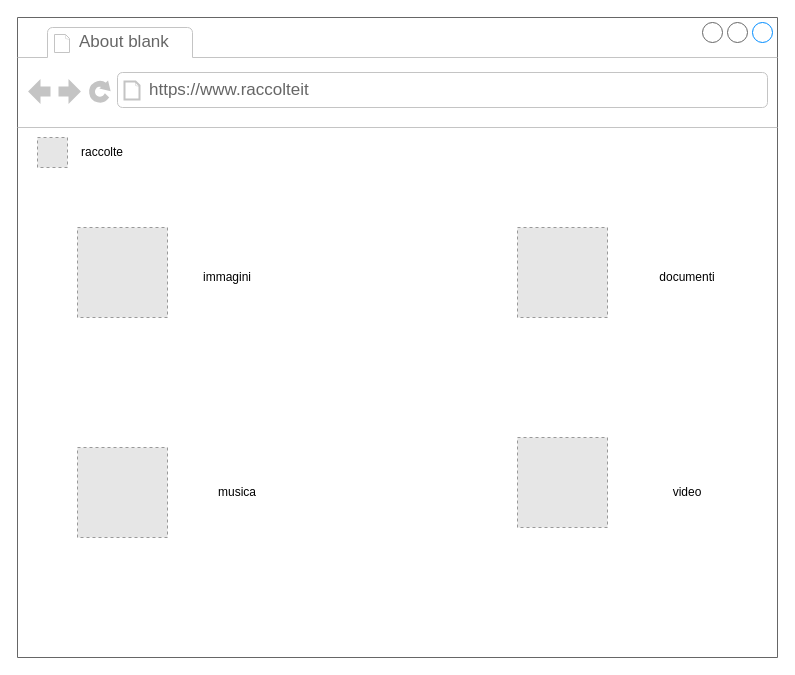
Earlier version of the draw.io diagram Untitled Diagram.drawio (martinamiglietta/4binformatica2020-2021-HTML5). Source tidied: cells renumbered, new cells numbered last; positions are measured from the earlier drawing's top-left corner, leaving out a move shared by most shapes. Both pictures are drawn from the tidied source at 100%, with x=0, y=0 at pixel (17, 17). Pictures stored in the file or linked from it are replaced by grey dashed boxes.
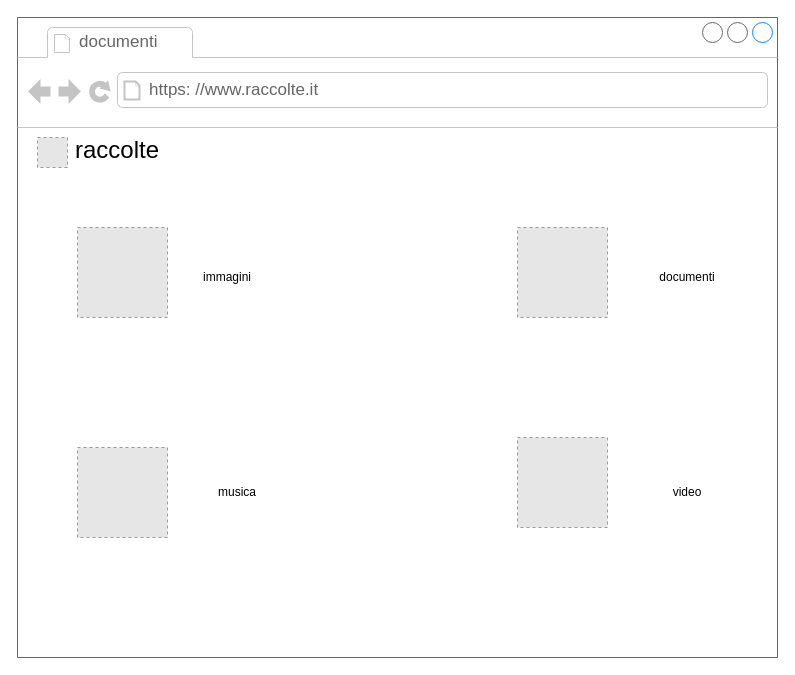
Above is the later version.

What changed in the source:
```diff
@@
 <mxGraphModel>
   <root>
     <mxCell id="0" />
     <mxCell id="1" parent="0" />
     <mxCell id="2" style="strokeWidth=1;shadow=0;dashed=0;align=center;html=1;shape=mxgraph.mockup.containers.browserWindow;rSize=0;strokeColor=#666666;strokeColor2=#008cff;strokeColor3=#c4c4c4;mainText=,;" parent="1" vertex="1">
       <mxGeometry width="760" height="640" as="geometry" />
     </mxCell>
-    <mxCell id="3" value="About blank" style="strokeWidth=1;shadow=0;dashed=0;align=center;html=1;shape=mxgraph.mockup.containers.anchor;fontSize=17;fontColor=#666666;align=left;" parent="2" vertex="1">
+    <mxCell id="3" value="documenti" style="strokeWidth=1;shadow=0;dashed=0;align=center;html=1;shape=mxgraph.mockup.containers.anchor;fontSize=17;fontColor=#666666;align=left;" parent="2" vertex="1">
       <mxGeometry x="60" y="12" width="110" height="26" as="geometry" />
     </mxCell>
-    <mxCell id="4" value="https://www.raccolteit" style="strokeWidth=1;shadow=0;dashed=0;align=center;html=1;shape=mxgraph.mockup.containers.anchor;rSize=0;fontSize=17;fontColor=#666666;align=left;" parent="2" vertex="1">
+    <mxCell id="4" value="&lt;font style=&quot;vertical-align: inherit ; font-size: 17px&quot;&gt;https: //www.raccolte.it&lt;/font&gt;" style="strokeWidth=1;shadow=0;dashed=0;align=center;html=1;shape=mxgraph.mockup.containers.anchor;rSize=0;fontSize=17;fontColor=#666666;align=left;" parent="2" vertex="1">
       <mxGeometry x="130" y="60" width="250" height="26" as="geometry" />
     </mxCell>
     <mxCell id="5" style="fillColor=#E6E6E6;strokeColor=#999999;dashed=1;html=1;verticalAlign=top;verticalLabelPosition=bottom;labelBackgroundColor=#ffffff;" parent="2" vertex="1">
       <mxGeometry x="60" y="210" width="90" height="90" as="geometry" />
     </mxCell>
     <mxCell id="6" style="fillColor=#E6E6E6;strokeColor=#999999;dashed=1;html=1;verticalAlign=top;verticalLabelPosition=bottom;labelBackgroundColor=#ffffff;" parent="2" vertex="1">
       <mxGeometry x="500" y="210" width="90" height="90" as="geometry" />
     </mxCell>
     <mxCell id="7" style="fillColor=#E6E6E6;strokeColor=#999999;dashed=1;html=1;verticalAlign=top;verticalLabelPosition=bottom;labelBackgroundColor=#ffffff;" parent="2" vertex="1">
       <mxGeometry x="60" y="430" width="90" height="90" as="geometry" />
     </mxCell>
     <mxCell id="8" style="fillColor=#E6E6E6;strokeColor=#999999;dashed=1;html=1;verticalAlign=top;verticalLabelPosition=bottom;labelBackgroundColor=#ffffff;" parent="2" vertex="1">
       <mxGeometry x="500" y="420" width="90" height="90" as="geometry" />
     </mxCell>
     <mxCell id="9" style="fillColor=#E6E6E6;strokeColor=#999999;dashed=1;html=1;verticalAlign=top;verticalLabelPosition=bottom;labelBackgroundColor=#ffffff;" parent="2" vertex="1">
       <mxGeometry x="20" y="120" width="30" height="30" as="geometry" />
     </mxCell>
-    <mxCell id="10" value="raccolte" style="text;html=1;strokeColor=none;fillColor=none;align=center;verticalAlign=middle;whiteSpace=wrap;rounded=0;" parent="2" vertex="1">
-      <mxGeometry x="60" y="125" width="50" height="20" as="geometry" />
+    <mxCell id="10" value="&lt;font style=&quot;vertical-align: inherit ; font-size: 24px&quot;&gt;raccolte&lt;/font&gt;" style="text;html=1;strokeColor=none;fillColor=none;align=center;verticalAlign=middle;whiteSpace=wrap;rounded=0;" parent="2" vertex="1">
+      <mxGeometry x="90" y="120" width="20" height="25" as="geometry" />
     </mxCell>
     <mxCell id="11" value="immagini" style="text;html=1;strokeColor=none;fillColor=none;align=center;verticalAlign=middle;whiteSpace=wrap;rounded=0;" parent="2" vertex="1">
       <mxGeometry x="170" y="230" width="80" height="60" as="geometry" />
     </mxCell>
     <mxCell id="12" value="musica" style="text;html=1;strokeColor=none;fillColor=none;align=center;verticalAlign=middle;whiteSpace=wrap;rounded=0;" parent="2" vertex="1">
       <mxGeometry x="180" y="450" width="80" height="50" as="geometry" />
     </mxCell>
     <mxCell id="13" value="documenti" style="text;html=1;strokeColor=none;fillColor=none;align=center;verticalAlign=middle;whiteSpace=wrap;rounded=0;" parent="2" vertex="1">
       <mxGeometry x="650" y="250" width="40" height="20" as="geometry" />
     </mxCell>
     <mxCell id="14" value="video" style="text;html=1;strokeColor=none;fillColor=none;align=center;verticalAlign=middle;whiteSpace=wrap;rounded=0;" parent="2" vertex="1">
       <mxGeometry x="650" y="465" width="40" height="20" as="geometry" />
     </mxCell>
   </root>
 </mxGraphModel>
```
